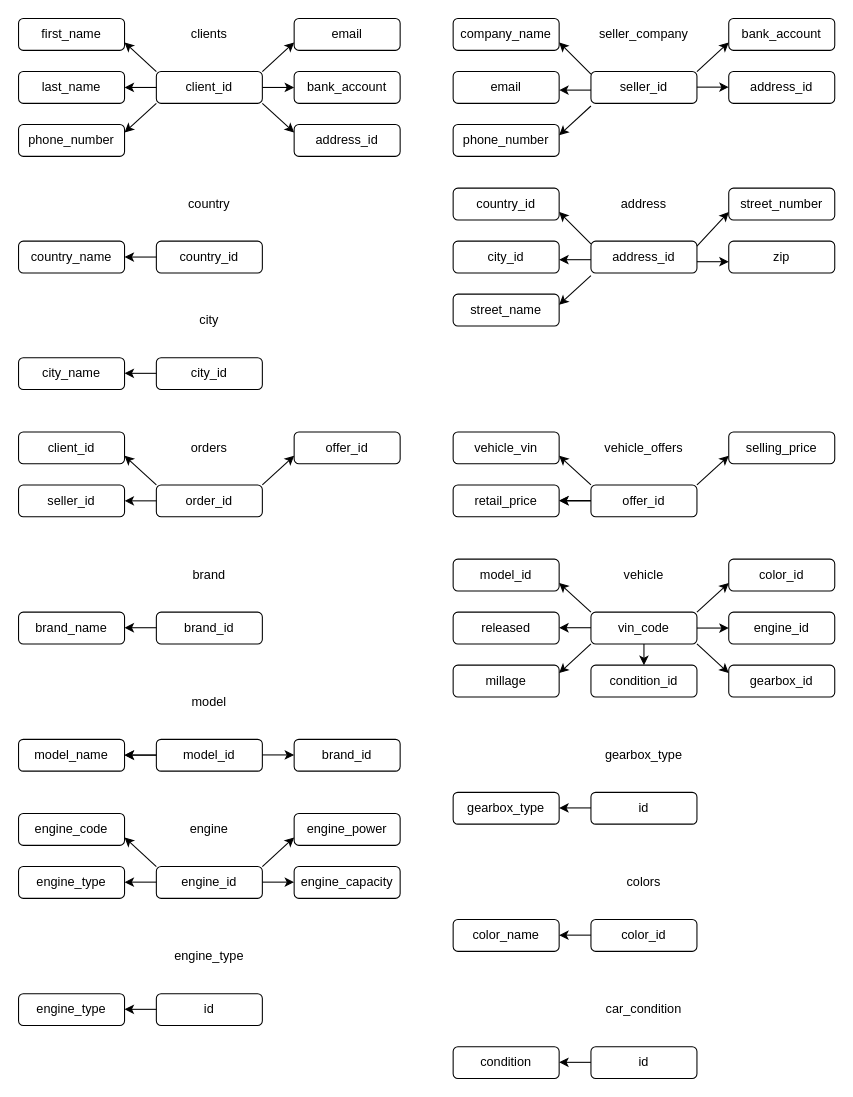
The draw.io diagram page "functional dependencies graph" (5 of 5) of Car Marketplace.drawio in kstekels/Car-Marketplace, before the edit. Source tidied: cells renumbered, new cells numbered last; positions are measured from the earlier drawing's top-left corner, leaving out a move shared by most shapes. Both pictures are drawn from the tidied source at 106%, with x=0, y=0 at pixel (18, 18).
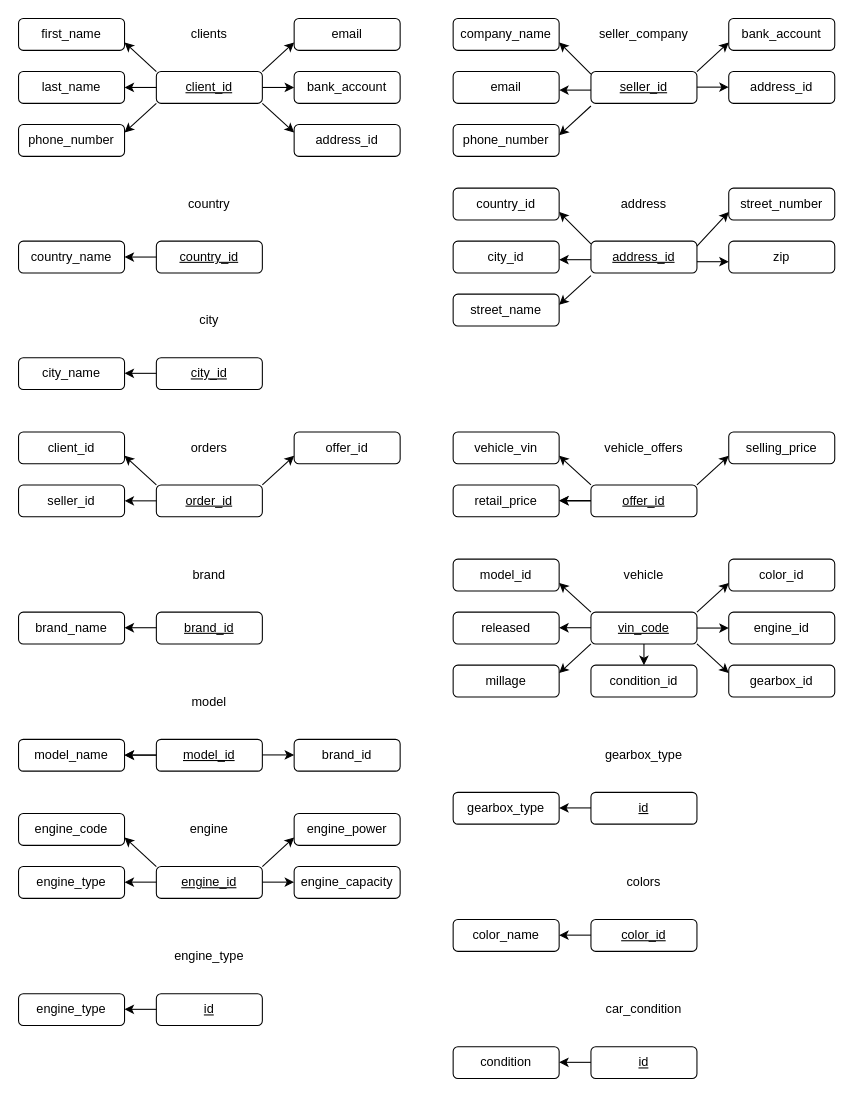
After the change.

What changed in the source:
```diff
@@
-    <mxCell id="3" value="client_id" style="rounded=1;whiteSpace=wrap;html=1;" parent="1" vertex="1">
+    <mxCell id="3" value="&lt;u&gt;client_id&lt;/u&gt;" style="rounded=1;whiteSpace=wrap;html=1;" parent="1" vertex="1">
       <mxGeometry x="130" y="50" width="100" height="30" as="geometry" />
     </mxCell>
@@
-    <mxCell id="10" value="&lt;font style=&quot;font-size: 12px&quot;&gt;seller_id&lt;/font&gt;" style="rounded=1;whiteSpace=wrap;html=1;" parent="1" vertex="1">
+    <mxCell id="10" value="&lt;u&gt;&lt;font style=&quot;font-size: 12px&quot;&gt;seller_id&lt;/font&gt;&lt;/u&gt;" style="rounded=1;whiteSpace=wrap;html=1;" parent="1" vertex="1">
       <mxGeometry x="540" y="50" width="100" height="30" as="geometry" />
     </mxCell>
@@
-    <mxCell id="17" value="&lt;font style=&quot;font-size: 12px&quot;&gt;country_id&lt;/font&gt;" style="rounded=1;whiteSpace=wrap;html=1;" parent="1" vertex="1">
+    <mxCell id="17" value="&lt;u&gt;&lt;font style=&quot;font-size: 12px&quot;&gt;country_id&lt;/font&gt;&lt;/u&gt;" style="rounded=1;whiteSpace=wrap;html=1;" parent="1" vertex="1">
       <mxGeometry x="130" y="210" width="100" height="30" as="geometry" />
     </mxCell>
@@
-    <mxCell id="20" value="&lt;font style=&quot;font-size: 12px&quot;&gt;city_id&lt;/font&gt;" style="rounded=1;whiteSpace=wrap;html=1;" parent="1" vertex="1">
+    <mxCell id="20" value="&lt;u&gt;&lt;font style=&quot;font-size: 12px&quot;&gt;city_id&lt;/font&gt;&lt;/u&gt;" style="rounded=1;whiteSpace=wrap;html=1;" parent="1" vertex="1">
       <mxGeometry x="130" y="320" width="100" height="30" as="geometry" />
     </mxCell>
@@
-    <mxCell id="24" value="address_id" style="rounded=1;whiteSpace=wrap;html=1;" parent="1" vertex="1">
+    <mxCell id="24" value="&lt;u&gt;address_id&lt;/u&gt;" style="rounded=1;whiteSpace=wrap;html=1;" parent="1" vertex="1">
       <mxGeometry x="540" y="210" width="100" height="30" as="geometry" />
     </mxCell>
@@
-    <mxCell id="31" value="order_id" style="rounded=1;whiteSpace=wrap;html=1;" parent="1" vertex="1">
+    <mxCell id="31" value="&lt;u&gt;order_id&lt;/u&gt;" style="rounded=1;whiteSpace=wrap;html=1;" parent="1" vertex="1">
       <mxGeometry x="130" y="440" width="100" height="30" as="geometry" />
     </mxCell>
@@
-    <mxCell id="37" value="offer_id" style="rounded=1;whiteSpace=wrap;html=1;" parent="1" vertex="1">
+    <mxCell id="37" value="&lt;u&gt;offer_id&lt;/u&gt;" style="rounded=1;whiteSpace=wrap;html=1;" parent="1" vertex="1">
       <mxGeometry x="540" y="440" width="100" height="30" as="geometry" />
     </mxCell>
@@
-    <mxCell id="41" value="&lt;font style=&quot;font-size: 12px&quot;&gt;brand_id&lt;/font&gt;" style="rounded=1;whiteSpace=wrap;html=1;" parent="1" vertex="1">
+    <mxCell id="41" value="&lt;u&gt;&lt;font style=&quot;font-size: 12px&quot;&gt;brand_id&lt;/font&gt;&lt;/u&gt;" style="rounded=1;whiteSpace=wrap;html=1;" parent="1" vertex="1">
       <mxGeometry x="130" y="560" width="100" height="30" as="geometry" />
     </mxCell>
@@
-    <mxCell id="46" value="model_id" style="rounded=1;whiteSpace=wrap;html=1;" parent="1" vertex="1">
+    <mxCell id="46" value="&lt;u&gt;model_id&lt;/u&gt;" style="rounded=1;whiteSpace=wrap;html=1;" parent="1" vertex="1">
       <mxGeometry x="130" y="680" width="100" height="30" as="geometry" />
     </mxCell>
@@
-    <mxCell id="50" value="vin_code" style="rounded=1;whiteSpace=wrap;html=1;" parent="1" vertex="1">
+    <mxCell id="50" value="&lt;u&gt;vin_code&lt;/u&gt;" style="rounded=1;whiteSpace=wrap;html=1;" parent="1" vertex="1">
       <mxGeometry x="540" y="560" width="100" height="30" as="geometry" />
     </mxCell>
@@
-    <mxCell id="59" value="engine_id" style="rounded=1;whiteSpace=wrap;html=1;" parent="1" vertex="1">
+    <mxCell id="59" value="&lt;u&gt;engine_id&lt;/u&gt;" style="rounded=1;whiteSpace=wrap;html=1;" parent="1" vertex="1">
       <mxGeometry x="130" y="800" width="100" height="30" as="geometry" />
     </mxCell>
@@
-    <mxCell id="64" value="&lt;font style=&quot;font-size: 12px&quot;&gt;id&lt;/font&gt;" style="rounded=1;whiteSpace=wrap;html=1;" parent="1" vertex="1">
+    <mxCell id="64" value="&lt;u&gt;&lt;font style=&quot;font-size: 12px&quot;&gt;id&lt;/font&gt;&lt;/u&gt;" style="rounded=1;whiteSpace=wrap;html=1;" parent="1" vertex="1">
       <mxGeometry x="130" y="920" width="100" height="30" as="geometry" />
     </mxCell>
@@
-    <mxCell id="67" value="&lt;font style=&quot;font-size: 12px&quot;&gt;id&lt;/font&gt;" style="rounded=1;whiteSpace=wrap;html=1;" parent="1" vertex="1">
+    <mxCell id="67" value="&lt;u&gt;&lt;font style=&quot;font-size: 12px&quot;&gt;id&lt;/font&gt;&lt;/u&gt;" style="rounded=1;whiteSpace=wrap;html=1;" parent="1" vertex="1">
       <mxGeometry x="540" y="730" width="100" height="30" as="geometry" />
     </mxCell>
@@
-    <mxCell id="70" value="&lt;font style=&quot;font-size: 12px&quot;&gt;id&lt;/font&gt;" style="rounded=1;whiteSpace=wrap;html=1;" parent="1" vertex="1">
+    <mxCell id="70" value="&lt;u&gt;&lt;font style=&quot;font-size: 12px&quot;&gt;id&lt;/font&gt;&lt;/u&gt;" style="rounded=1;whiteSpace=wrap;html=1;" parent="1" vertex="1">
       <mxGeometry x="540" y="970" width="100" height="30" as="geometry" />
     </mxCell>
@@
-    <mxCell id="73" value="color_id" style="rounded=1;whiteSpace=wrap;html=1;" parent="1" vertex="1">
+    <mxCell id="73" value="&lt;u&gt;color_id&lt;/u&gt;" style="rounded=1;whiteSpace=wrap;html=1;" parent="1" vertex="1">
       <mxGeometry x="540" y="850" width="100" height="30" as="geometry" />
     </mxCell>
```
